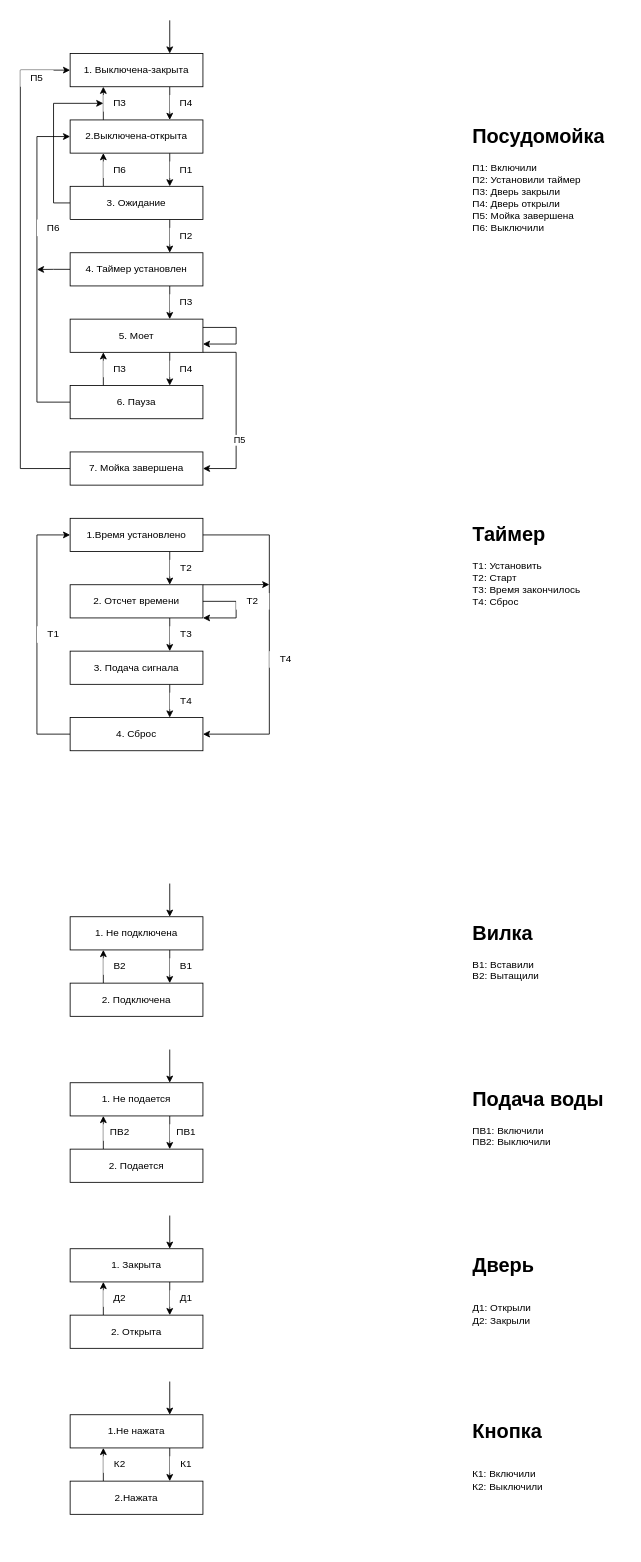
Before: page "ДПС" (2 of 5) of lab_05/dishwasher.drawio in deniska-ned/bmstu_iu7_oop, a draw.io diagram. Source tidied: cells renumbered, new cells numbered last; positions are measured from the earlier drawing's top-left corner, leaving out a move shared by most shapes. Both pictures are drawn from the tidied source at 83%, with x=0, y=0 at pixel (20, 20).
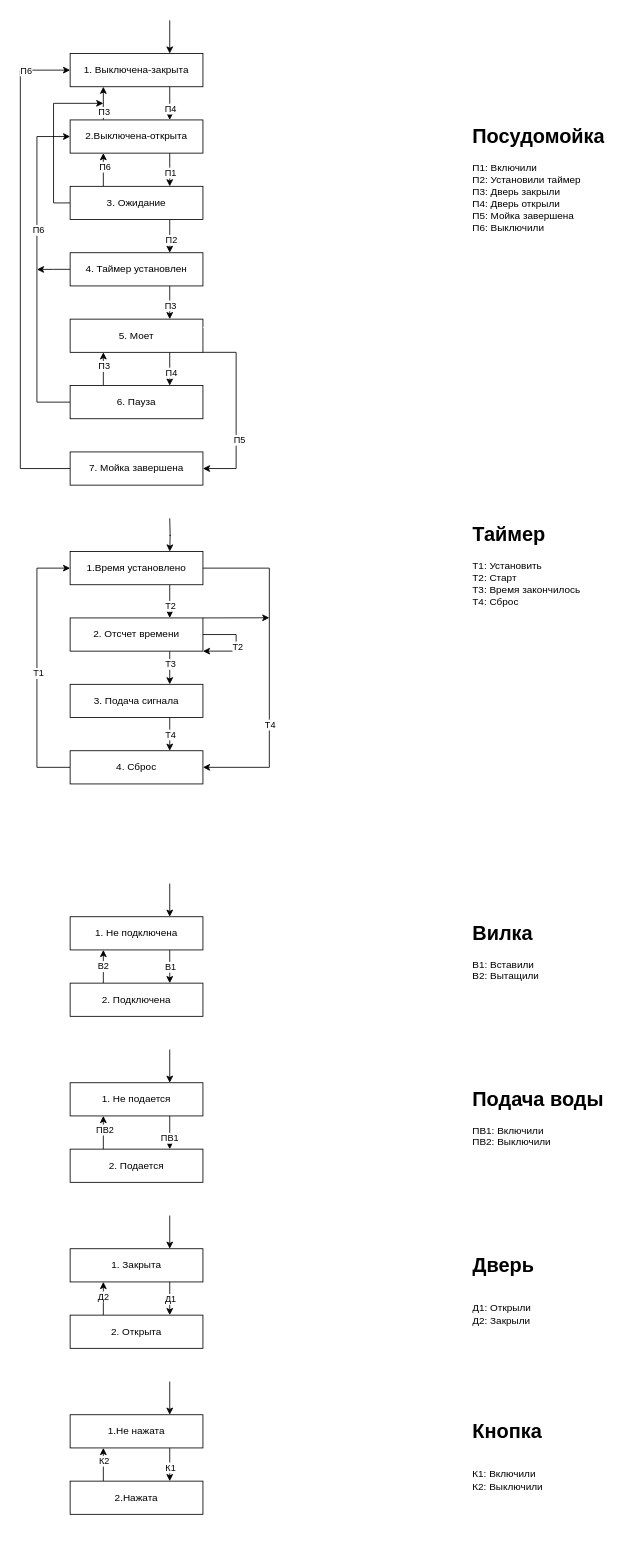
The same page after the edit.

Unchanged cells that the change refers to:
```xml
<mxCell id="2" style="edgeStyle=none;rounded=0;jettySize=auto;html=1;exitX=0.75;exitY=1;exitDx=0;exitDy=0;entryX=0.75;entryY=0;entryDx=0;entryDy=0;startArrow=none;startFill=0;" parent="1" edge="1" source="4" target="8">
  <mxGeometry relative="1" as="geometry" />
</mxCell>
<mxCell id="3" style="edgeStyle=none;rounded=0;jettySize=auto;html=1;exitX=0.25;exitY=0;exitDx=0;exitDy=0;entryX=0.25;entryY=1;entryDx=0;entryDy=0;startArrow=none;startFill=0;" parent="1" edge="1" source="4" target="81">
  <mxGeometry relative="1" as="geometry" />
</mxCell>
<mxCell id="5" style="edgeStyle=none;rounded=0;jettySize=auto;html=1;exitX=0.75;exitY=1;exitDx=0;exitDy=0;entryX=0.75;entryY=0;entryDx=0;entryDy=0;startArrow=none;startFill=0;" parent="1" edge="1" source="8" target="20">
  <mxGeometry relative="1" as="geometry" />
</mxCell>
<mxCell id="6" style="edgeStyle=none;rounded=0;jettySize=auto;html=1;exitX=0.25;exitY=0;exitDx=0;exitDy=0;entryX=0.25;entryY=1;entryDx=0;entryDy=0;startArrow=none;startFill=0;" parent="1" edge="1" source="8" target="4">
  <mxGeometry relative="1" as="geometry" />
</mxCell>
<mxCell id="8" value="3. Ожидание" style="rounded=0;whiteSpace=wrap;html=1;" parent="1" vertex="1">
  <mxGeometry x="60" y="200" width="160" height="40" as="geometry" />
</mxCell>
<mxCell id="9" style="edgeStyle=none;rounded=0;jettySize=auto;html=1;exitX=0.75;exitY=1;exitDx=0;exitDy=0;entryX=0.75;entryY=0;entryDx=0;entryDy=0;startArrow=none;startFill=0;" parent="1" edge="1" source="13" target="16">
  <mxGeometry relative="1" as="geometry" />
</mxCell>
<mxCell id="10" style="edgeStyle=orthogonalEdgeStyle;rounded=0;jettySize=auto;html=1;exitX=0;exitY=0.5;exitDx=0;exitDy=0;entryX=0;entryY=0.5;entryDx=0;entryDy=0;startArrow=none;startFill=0;" parent="1" edge="1" source="85" target="81">
  <mxGeometry relative="1" as="geometry">
    <Array as="points">
      <mxPoint y="540" />
      <mxPoint y="60" />
    </Array>
  </mxGeometry>
</mxCell>
<mxCell id="13" value="5. Моет" style="rounded=0;whiteSpace=wrap;html=1;" parent="1" vertex="1">
  <mxGeometry x="60" y="360" width="160" height="40" as="geometry" />
</mxCell>
<mxCell id="14" style="edgeStyle=none;rounded=0;jettySize=auto;html=1;exitX=0.25;exitY=0;exitDx=0;exitDy=0;entryX=0.25;entryY=1;entryDx=0;entryDy=0;startArrow=none;startFill=0;" parent="1" edge="1" source="16" target="13">
  <mxGeometry relative="1" as="geometry" />
</mxCell>
<mxCell id="15" style="edgeStyle=orthogonalEdgeStyle;rounded=0;jettySize=auto;html=1;exitX=0;exitY=0.5;exitDx=0;exitDy=0;entryX=0;entryY=0.5;entryDx=0;entryDy=0;startArrow=none;startFill=0;" parent="1" edge="1" source="16" target="4">
  <mxGeometry relative="1" as="geometry">
    <Array as="points">
      <mxPoint x="20" y="460" />
      <mxPoint x="20" y="140" />
    </Array>
  </mxGeometry>
</mxCell>
<mxCell id="18" style="edgeStyle=none;rounded=0;jettySize=auto;html=1;exitX=0.75;exitY=1;exitDx=0;exitDy=0;entryX=0.75;entryY=0;entryDx=0;entryDy=0;startArrow=none;startFill=0;" parent="1" edge="1" source="20" target="13">
  <mxGeometry relative="1" as="geometry" />
</mxCell>
<mxCell id="29" style="edgeStyle=orthogonalEdgeStyle;rounded=0;jettySize=auto;html=1;exitX=0.75;exitY=1;exitDx=0;exitDy=0;entryX=0.75;entryY=0;entryDx=0;entryDy=0;startArrow=none;startFill=0;" parent="1" edge="1" source="30" target="34">
  <mxGeometry relative="1" as="geometry" />
</mxCell>
<mxCell id="31" style="edgeStyle=orthogonalEdgeStyle;rounded=0;jettySize=auto;html=1;exitX=0.75;exitY=1;exitDx=0;exitDy=0;entryX=0.75;entryY=0;entryDx=0;entryDy=0;startArrow=none;startFill=0;" parent="1" edge="1" source="34" target="38">
  <mxGeometry relative="1" as="geometry" />
</mxCell>
<mxCell id="37" style="edgeStyle=orthogonalEdgeStyle;rounded=0;jettySize=auto;html=1;exitX=0.75;exitY=1;exitDx=0;exitDy=0;entryX=0.75;entryY=0;entryDx=0;entryDy=0;startArrow=none;startFill=0;" parent="1" edge="1" source="38" target="36">
  <mxGeometry relative="1" as="geometry" />
</mxCell>
<mxCell id="49" style="edgeStyle=none;rounded=0;jettySize=auto;html=1;exitX=0.75;exitY=1;exitDx=0;exitDy=0;entryX=0.75;entryY=0;entryDx=0;entryDy=0;startArrow=none;startFill=0;" parent="1" edge="1" source="50" target="52">
  <mxGeometry relative="1" as="geometry" />
</mxCell>
<mxCell id="50" value="1. Не подключена" style="rounded=0;whiteSpace=wrap;html=1;fillColor=#ffffff;" parent="1" vertex="1">
  <mxGeometry x="60" y="1080" width="160" height="40" as="geometry" />
</mxCell>
<mxCell id="52" value="2. Подключена" style="rounded=0;whiteSpace=wrap;html=1;fillColor=#ffffff;" parent="1" vertex="1">
  <mxGeometry x="60" y="1160" width="160" height="40" as="geometry" />
</mxCell>
<mxCell id="57" style="edgeStyle=none;rounded=0;jettySize=auto;html=1;exitX=0.75;exitY=1;exitDx=0;exitDy=0;entryX=0.75;entryY=0;entryDx=0;entryDy=0;startArrow=none;startFill=0;" parent="1" edge="1" source="58" target="60">
  <mxGeometry relative="1" as="geometry" />
</mxCell>
<mxCell id="59" style="edgeStyle=none;rounded=0;jettySize=auto;html=1;exitX=0.25;exitY=0;exitDx=0;exitDy=0;entryX=0.25;entryY=1;entryDx=0;entryDy=0;startArrow=none;startFill=0;" parent="1" edge="1" source="60" target="58">
  <mxGeometry relative="1" as="geometry" />
</mxCell>
<mxCell id="65" style="edgeStyle=none;rounded=0;jettySize=auto;html=1;exitX=0.75;exitY=1;exitDx=0;exitDy=0;entryX=0.75;entryY=0;entryDx=0;entryDy=0;startArrow=none;startFill=0;" parent="1" edge="1" source="66" target="68">
  <mxGeometry relative="1" as="geometry" />
</mxCell>
<mxCell id="67" style="edgeStyle=none;rounded=0;jettySize=auto;html=1;exitX=0.25;exitY=0;exitDx=0;exitDy=0;entryX=0.25;entryY=1;entryDx=0;entryDy=0;startArrow=none;startFill=0;" parent="1" edge="1" source="68" target="66">
  <mxGeometry relative="1" as="geometry" />
</mxCell>
<mxCell id="73" style="edgeStyle=none;rounded=0;jettySize=auto;html=1;exitX=0.75;exitY=1;exitDx=0;exitDy=0;entryX=0.75;entryY=0;entryDx=0;entryDy=0;startArrow=none;startFill=0;" parent="1" edge="1" source="74" target="76">
  <mxGeometry relative="1" as="geometry" />
</mxCell>
<mxCell id="75" style="edgeStyle=none;rounded=0;jettySize=auto;html=1;exitX=0.25;exitY=0;exitDx=0;exitDy=0;entryX=0.25;entryY=1;entryDx=0;entryDy=0;startArrow=none;startFill=0;" parent="1" edge="1" source="76" target="74">
  <mxGeometry relative="1" as="geometry" />
</mxCell>
<mxCell id="80" style="edgeStyle=none;rounded=0;jettySize=auto;html=1;exitX=0.75;exitY=1;exitDx=0;exitDy=0;entryX=0.75;entryY=0;entryDx=0;entryDy=0;startArrow=none;startFill=0;" parent="1" edge="1" source="81" target="4">
  <mxGeometry relative="1" as="geometry" />
</mxCell>
```

The edit, as a diff of the source:
```diff
@@
+    <mxCell id="21" value="П1" style="edgeLabel;html=1;align=center;verticalAlign=middle;" parent="2" vertex="1">
+      <mxGeometry x="0.17" relative="1" as="geometry" />
+    </mxCell>
@@
+    <mxCell id="86" value="П3" style="edgeLabel;html=1;align=center;verticalAlign=middle;" parent="3" vertex="1">
+      <mxGeometry x="0.38" relative="1" as="geometry">
+        <mxPoint y="18" as="offset" />
+      </mxGeometry>
+    </mxCell>
@@
+    <mxCell id="22" value="П2" style="edgeLabel;html=1;align=center;verticalAlign=middle;" parent="5" vertex="1">
+      <mxGeometry x="0.2" y="1" relative="1" as="geometry" />
+    </mxCell>
@@
+    <mxCell id="87" value="П6" style="edgeLabel;html=1;align=center;verticalAlign=middle;" parent="6" vertex="1">
+      <mxGeometry x="0.22" y="-1" relative="1" as="geometry" />
+    </mxCell>
-    <mxCell id="7" style="edgeStyle=orthogonalEdgeStyle;rounded=0;jettySize=auto;html=1;exitX=0;exitY=0.5;exitDx=0;exitDy=0;entryX=0;entryY=0.5;entryDx=0;entryDy=0;startArrow=none;startFill=0;" parent="1" edge="1" source="8" target="83">
-      <mxGeometry relative="1" as="geometry" />
+    <mxCell id="7" style="edgeStyle=orthogonalEdgeStyle;rounded=0;jettySize=auto;html=1;exitX=0;exitY=0.5;exitDx=0;exitDy=0;startArrow=none;startFill=0;" parent="1" edge="1" source="8">
+      <mxGeometry relative="1" as="geometry">
+        <mxPoint x="100" y="100" as="targetPoint" />
+        <Array as="points">
+          <mxPoint x="40" y="220" />
+          <mxPoint x="40" y="100" />
+        </Array>
+      </mxGeometry>
     </mxCell>
@@
+    <mxCell id="88" value="П4" style="edgeLabel;html=1;align=center;verticalAlign=middle;" parent="9" vertex="1">
+      <mxGeometry x="0.18" y="1" relative="1" as="geometry" />
+    </mxCell>
@@
+    <mxCell id="89" value="П6" style="edgeLabel;html=1;align=center;verticalAlign=middle;" parent="10" vertex="1">
+      <mxGeometry x="0.82" relative="1" as="geometry" />
+    </mxCell>
@@
+    <mxCell id="90" value="П3" style="edgeLabel;html=1;align=center;verticalAlign=middle;" parent="14" vertex="1">
+      <mxGeometry x="0.2" relative="1" as="geometry" />
+    </mxCell>
@@
+    <mxCell id="91" value="П6" style="edgeLabel;html=1;align=center;verticalAlign=middle;" parent="15" vertex="1">
+      <mxGeometry x="0.24" y="-1" relative="1" as="geometry" />
+    </mxCell>
@@
+    <mxCell id="92" value="П3" style="edgeLabel;html=1;align=center;verticalAlign=middle;" parent="18" vertex="1">
+      <mxGeometry x="0.17" relative="1" as="geometry" />
+    </mxCell>
@@
-    <mxCell id="21" value="&lt;div&gt;П1&lt;/div&gt;" style="text;html=1;align=center;verticalAlign=middle;whiteSpace=wrap;rounded=0;fillColor=#ffffff;" parent="1" vertex="1">
-      <mxGeometry x="180" y="170" width="40" height="20" as="geometry" />
-    </mxCell>
-    <mxCell id="22" value="&lt;div&gt;П2&lt;/div&gt;" style="text;html=1;align=center;verticalAlign=middle;whiteSpace=wrap;rounded=0;fillColor=#ffffff;" parent="1" vertex="1">
-      <mxGeometry x="180" y="250" width="40" height="20" as="geometry" />
-    </mxCell>
-    <mxCell id="23" value="&lt;div&gt;П3&lt;/div&gt;" style="text;html=1;align=center;verticalAlign=middle;whiteSpace=wrap;rounded=0;fillColor=#ffffff;" parent="1" vertex="1">
-      <mxGeometry x="180" y="330" width="40" height="20" as="geometry" />
-    </mxCell>
-    <mxCell id="24" value="&lt;div&gt;П4&lt;/div&gt;" style="text;html=1;align=center;verticalAlign=middle;whiteSpace=wrap;rounded=0;fillColor=#ffffff;" parent="1" vertex="1">
-      <mxGeometry x="180" y="410" width="40" height="20" as="geometry" />
-    </mxCell>
-    <mxCell id="25" value="&lt;div&gt;П3&lt;/div&gt;" style="text;html=1;align=center;verticalAlign=middle;whiteSpace=wrap;rounded=0;fillColor=#ffffff;" parent="1" vertex="1">
-      <mxGeometry x="100" y="410" width="40" height="20" as="geometry" />
-    </mxCell>
-    <mxCell id="26" value="&lt;div&gt;П6&lt;/div&gt;" style="text;html=1;align=center;verticalAlign=middle;whiteSpace=wrap;rounded=0;fillColor=#ffffff;" parent="1" vertex="1">
-      <mxGeometry x="100" y="170" width="40" height="20" as="geometry" />
-    </mxCell>
-    <mxCell id="27" value="&lt;div&gt;П5&lt;/div&gt;" style="text;html=1;align=center;verticalAlign=middle;whiteSpace=wrap;rounded=0;fillColor=#ffffff;" parent="1" vertex="1">
-      <mxGeometry y="60" width="40" height="20" as="geometry" />
-    </mxCell>
-    <mxCell id="28" value="&lt;div&gt;П6&lt;/div&gt;" style="text;html=1;align=center;verticalAlign=middle;whiteSpace=wrap;rounded=0;fillColor=#ffffff;" parent="1" vertex="1">
-      <mxGeometry x="20" y="240" width="40" height="20" as="geometry" />
-    </mxCell>
@@
+    <mxCell id="93" value="Т2" style="edgeLabel;html=1;align=center;verticalAlign=middle;" parent="29" vertex="1">
+      <mxGeometry x="0.27" relative="1" as="geometry" />
+    </mxCell>
     <mxCell id="30" value="1.Время установлено" style="rounded=0;whiteSpace=wrap;html=1;" parent="1" vertex="1">
-      <mxGeometry x="60" y="600" width="160" height="40" as="geometry" />
+      <mxGeometry x="60" y="640" width="160" height="40" as="geometry" />
     </mxCell>
@@
+    <mxCell id="44" value="Т3" style="edgeLabel;html=1;align=center;verticalAlign=middle;" parent="31" vertex="1">
+      <mxGeometry x="-0.23" relative="1" as="geometry" />
+    </mxCell>
     <mxCell id="32" style="edgeStyle=orthogonalEdgeStyle;rounded=0;jettySize=auto;html=1;exitX=1;exitY=0.5;exitDx=0;exitDy=0;entryX=1;entryY=0.5;entryDx=0;entryDy=0;startArrow=none;startFill=0;" parent="1" edge="1" source="30" target="36">
       <mxGeometry relative="1" as="geometry">
         <Array as="points">
-          <mxPoint x="300" y="620" />
-          <mxPoint x="300" y="860" />
+          <mxPoint x="300" y="660" />
+          <mxPoint x="300" y="900" />
         </Array>
       </mxGeometry>
     </mxCell>
+    <mxCell id="94" value="Т4" style="edgeLabel;html=1;align=center;verticalAlign=middle;" parent="32" vertex="1">
+      <mxGeometry x="0.34" relative="1" as="geometry" />
+    </mxCell>
     <mxCell id="33" style="rounded=0;jettySize=auto;html=1;exitX=1;exitY=0;exitDx=0;exitDy=0;startArrow=none;startFill=0;" parent="1" edge="1" source="34">
       <mxGeometry relative="1" as="geometry">
-        <mxPoint x="300" y="679.8" as="targetPoint" />
+        <mxPoint x="300" y="719.8" as="targetPoint" />
       </mxGeometry>
     </mxCell>
     <mxCell id="34" value="2. Отсчет времени" style="rounded=0;whiteSpace=wrap;html=1;" parent="1" vertex="1">
-      <mxGeometry x="60" y="680" width="160" height="40" as="geometry" />
+      <mxGeometry x="60" y="720" width="160" height="40" as="geometry" />
     </mxCell>
     <mxCell id="35" style="edgeStyle=orthogonalEdgeStyle;rounded=0;jettySize=auto;html=1;exitX=0;exitY=0.5;exitDx=0;exitDy=0;entryX=0;entryY=0.5;entryDx=0;entryDy=0;startArrow=none;startFill=0;" parent="1" edge="1" source="36" target="30">
       <mxGeometry relative="1" as="geometry">
         <Array as="points">
-          <mxPoint x="20" y="860" />
-          <mxPoint x="20" y="620" />
+          <mxPoint x="20" y="900" />
+          <mxPoint x="20" y="660" />
         </Array>
       </mxGeometry>
     </mxCell>
+    <mxCell id="46" value="Т1" style="edgeLabel;html=1;align=center;verticalAlign=middle;" parent="35" vertex="1">
+      <mxGeometry x="-0.04" y="-1" relative="1" as="geometry" />
+    </mxCell>
     <mxCell id="36" value="4. Сброс" style="rounded=0;whiteSpace=wrap;html=1;" parent="1" vertex="1">
-      <mxGeometry x="60" y="840" width="160" height="40" as="geometry" />
+      <mxGeometry x="60" y="880" width="160" height="40" as="geometry" />
     </mxCell>
@@
+    <mxCell id="95" value="Т4" style="edgeLabel;html=1;align=center;verticalAlign=middle;" parent="37" vertex="1">
+      <mxGeometry x="0.33" relative="1" as="geometry">
+        <mxPoint y="-7" as="offset" />
+      </mxGeometry>
+    </mxCell>
     <mxCell id="38" value="3. Подача сигнала" style="rounded=0;whiteSpace=wrap;html=1;" parent="1" vertex="1">
-      <mxGeometry x="60" y="760" width="160" height="40" as="geometry" />
+      <mxGeometry x="60" y="800" width="160" height="40" as="geometry" />
     </mxCell>
-    <mxCell id="39" style="edgeStyle=orthogonalEdgeStyle;rounded=0;orthogonalLoop=1;jettySize=auto;html=1;exitX=1;exitY=0.25;exitDx=0;exitDy=0;entryX=1;entryY=0.75;entryDx=0;entryDy=0;startArrow=none;startFill=0;" parent="1" edge="1" source="13" target="13">
+    <mxCell id="39" style="edgeStyle=orthogonalEdgeStyle;rounded=0;orthogonalLoop=1;jettySize=auto;html=1;exitX=1;exitY=0.25;exitDx=0;exitDy=0;entryX=1;entryY=0.75;entryDx=0;entryDy=0;startArrow=none;startFill=0;strokeColor=#FFFFFF;" parent="1" edge="1" source="13" target="13">
       <mxGeometry relative="1" as="geometry">
         <Array as="points">
           <mxPoint x="260" y="370" />
           <mxPoint x="260" y="390" />
         </Array>
       </mxGeometry>
     </mxCell>
@@
     <mxCell id="41" style="edgeStyle=orthogonalEdgeStyle;rounded=0;jettySize=auto;html=1;entryX=1;entryY=1;entryDx=0;entryDy=0;startArrow=none;startFill=0;" parent="1" edge="1" target="34">
       <mxGeometry relative="1" as="geometry">
-        <mxPoint x="220" y="700" as="sourcePoint" />
+        <mxPoint x="220" y="740" as="sourcePoint" />
         <Array as="points">
-          <mxPoint x="220" y="700" />
-          <mxPoint x="260" y="700" />
-          <mxPoint x="260" y="720" />
+          <mxPoint x="220" y="740" />
+          <mxPoint x="260" y="740" />
+          <mxPoint x="260" y="760" />
         </Array>
       </mxGeometry>
     </mxCell>
-    <mxCell id="42" value="&lt;div&gt;Т2&lt;/div&gt;" style="text;html=1;align=center;verticalAlign=middle;whiteSpace=wrap;rounded=0;fillColor=#ffffff;" parent="1" vertex="1">
-      <mxGeometry x="180" y="650" width="40" height="20" as="geometry" />
-    </mxCell>
-    <mxCell id="43" value="&lt;div&gt;Т2&lt;/div&gt;" style="text;html=1;align=center;verticalAlign=middle;whiteSpace=wrap;rounded=0;fillColor=#ffffff;" parent="1" vertex="1">
-      <mxGeometry x="260" y="690" width="40" height="20" as="geometry" />
-    </mxCell>
-    <mxCell id="44" value="&lt;div&gt;Т3&lt;/div&gt;" style="text;html=1;align=center;verticalAlign=middle;whiteSpace=wrap;rounded=0;fillColor=#ffffff;" parent="1" vertex="1">
-      <mxGeometry x="180" y="730" width="40" height="20" as="geometry" />
-    </mxCell>
-    <mxCell id="45" value="&lt;div&gt;Т4&lt;/div&gt;" style="text;html=1;align=center;verticalAlign=middle;whiteSpace=wrap;rounded=0;fillColor=#ffffff;" parent="1" vertex="1">
-      <mxGeometry x="180" y="810" width="40" height="20" as="geometry" />
-    </mxCell>
-    <mxCell id="46" value="&lt;div&gt;Т1&lt;/div&gt;" style="text;html=1;align=center;verticalAlign=middle;whiteSpace=wrap;rounded=0;fillColor=#ffffff;" parent="1" vertex="1">
-      <mxGeometry x="20" y="730" width="40" height="20" as="geometry" />
-    </mxCell>
-    <mxCell id="47" value="&lt;div&gt;Т4&lt;/div&gt;" style="text;html=1;align=center;verticalAlign=middle;whiteSpace=wrap;rounded=0;fillColor=#ffffff;" parent="1" vertex="1">
-      <mxGeometry x="300" y="760" width="40" height="20" as="geometry" />
-    </mxCell>
+    <mxCell id="96" value="Т2" style="edgeLabel;html=1;align=center;verticalAlign=middle;" parent="41" vertex="1">
+      <mxGeometry x="0.07" y="1" relative="1" as="geometry" />
+    </mxCell>
@@
+    <mxCell id="55" value="В1" style="edgeLabel;html=1;align=center;verticalAlign=middle;" parent="49" vertex="1">
+      <mxGeometry x="0.3" relative="1" as="geometry">
+        <mxPoint y="-6" as="offset" />
+      </mxGeometry>
+    </mxCell>
@@
-    <mxCell id="51" style="edgeStyle=none;rounded=0;jettySize=auto;html=1;exitX=0.25;exitY=0;exitDx=0;exitDy=0;entryX=0.25;entryY=1;entryDx=0;entryDy=0;startArrow=none;startFill=0;" parent="1" edge="1" source="52" target="50">
+    <mxCell id="51" value="В2" style="edgeStyle=none;rounded=0;jettySize=auto;html=1;exitX=0.25;exitY=0;exitDx=0;exitDy=0;entryX=0.25;entryY=1;entryDx=0;entryDy=0;startArrow=none;startFill=0;" parent="1" edge="1" source="52" target="50">
       <mxGeometry relative="1" as="geometry" />
     </mxCell>
@@
-    <mxCell id="54" value="В2" style="text;html=1;align=center;verticalAlign=middle;whiteSpace=wrap;rounded=0;fillColor=#ffffff;" parent="1" vertex="1">
-      <mxGeometry x="100" y="1130" width="40" height="20" as="geometry" />
-    </mxCell>
-    <mxCell id="55" value="В1" style="text;html=1;align=center;verticalAlign=middle;whiteSpace=wrap;rounded=0;fillColor=#ffffff;" parent="1" vertex="1">
-      <mxGeometry x="180" y="1130" width="40" height="20" as="geometry" />
-    </mxCell>
@@
+    <mxCell id="63" value="ПВ1" style="edgeLabel;html=1;align=center;verticalAlign=middle;" parent="57" vertex="1">
+      <mxGeometry x="0.32" y="-1" relative="1" as="geometry" />
+    </mxCell>
@@
+    <mxCell id="62" value="ПВ2" style="edgeLabel;html=1;align=center;verticalAlign=middle;" parent="59" vertex="1">
+      <mxGeometry x="0.2" y="-1" relative="1" as="geometry" />
+    </mxCell>
@@
-    <mxCell id="62" value="ПВ2" style="text;html=1;align=center;verticalAlign=middle;whiteSpace=wrap;rounded=0;fillColor=#ffffff;" parent="1" vertex="1">
-      <mxGeometry x="100" y="1330" width="40" height="20" as="geometry" />
-    </mxCell>
-    <mxCell id="63" value="ПВ1" style="text;html=1;align=center;verticalAlign=middle;whiteSpace=wrap;rounded=0;fillColor=#ffffff;" parent="1" vertex="1">
-      <mxGeometry x="180" y="1330" width="40" height="20" as="geometry" />
-    </mxCell>
@@
+    <mxCell id="71" value="&lt;div&gt;Д1&lt;/div&gt;" style="edgeLabel;html=1;align=center;verticalAlign=middle;" parent="65" vertex="1">
+      <mxGeometry x="0.4" y="-1" relative="1" as="geometry">
+        <mxPoint x="1" y="-8" as="offset" />
+      </mxGeometry>
+    </mxCell>
@@
+    <mxCell id="70" value="&lt;div&gt;Д2&lt;/div&gt;" style="edgeLabel;html=1;align=center;verticalAlign=middle;" parent="67" vertex="1">
+      <mxGeometry x="0.17" y="1" relative="1" as="geometry" />
+    </mxCell>
@@
-    <mxCell id="70" value="Д2" style="text;html=1;align=center;verticalAlign=middle;whiteSpace=wrap;rounded=0;fillColor=#ffffff;" parent="1" vertex="1">
-      <mxGeometry x="100" y="1530" width="40" height="20" as="geometry" />
-    </mxCell>
-    <mxCell id="71" value="Д1" style="text;html=1;align=center;verticalAlign=middle;whiteSpace=wrap;rounded=0;fillColor=#ffffff;" parent="1" vertex="1">
-      <mxGeometry x="180" y="1530" width="40" height="20" as="geometry" />
-    </mxCell>
@@
+    <mxCell id="79" value="К1" style="edgeLabel;html=1;align=center;verticalAlign=middle;" parent="73" vertex="1">
+      <mxGeometry x="0.17" relative="1" as="geometry" />
+    </mxCell>
@@
+    <mxCell id="78" value="К2" style="edgeLabel;html=1;align=center;verticalAlign=middle;" parent="75" vertex="1">
+      <mxGeometry x="0.23" relative="1" as="geometry" />
+    </mxCell>
@@
-    <mxCell id="78" value="К2" style="text;html=1;align=center;verticalAlign=middle;whiteSpace=wrap;rounded=0;fillColor=#ffffff;" parent="1" vertex="1">
-      <mxGeometry x="100" y="1730" width="40" height="20" as="geometry" />
-    </mxCell>
-    <mxCell id="79" value="К1" style="text;html=1;align=center;verticalAlign=middle;whiteSpace=wrap;rounded=0;fillColor=#ffffff;" parent="1" vertex="1">
-      <mxGeometry x="180" y="1730" width="40" height="20" as="geometry" />
-    </mxCell>
@@
+    <mxCell id="97" value="П4" style="edgeLabel;html=1;align=center;verticalAlign=middle;" parent="80" vertex="1">
+      <mxGeometry x="0.32" relative="1" as="geometry" />
+    </mxCell>
@@
-    <mxCell id="82" value="&lt;div&gt;П4&lt;/div&gt;" style="text;html=1;align=center;verticalAlign=middle;whiteSpace=wrap;rounded=0;fillColor=#ffffff;" parent="1" vertex="1">
-      <mxGeometry x="180" y="90" width="40" height="20" as="geometry" />
-    </mxCell>
-    <mxCell id="83" value="&lt;div&gt;П3&lt;/div&gt;" style="text;html=1;align=center;verticalAlign=middle;whiteSpace=wrap;rounded=0;fillColor=#ffffff;" parent="1" vertex="1">
-      <mxGeometry x="100" y="90" width="40" height="20" as="geometry" />
-    </mxCell>
@@
+    <mxCell id="98" style="edgeStyle=orthogonalEdgeStyle;rounded=0;orthogonalLoop=1;jettySize=auto;html=1;startArrow=none;startFill=0;" parent="1" edge="1">
+      <mxGeometry relative="1" as="geometry">
+        <mxPoint x="180" y="600" as="sourcePoint" />
+        <mxPoint x="180" y="640" as="targetPoint" />
+      </mxGeometry>
+    </mxCell>
```
